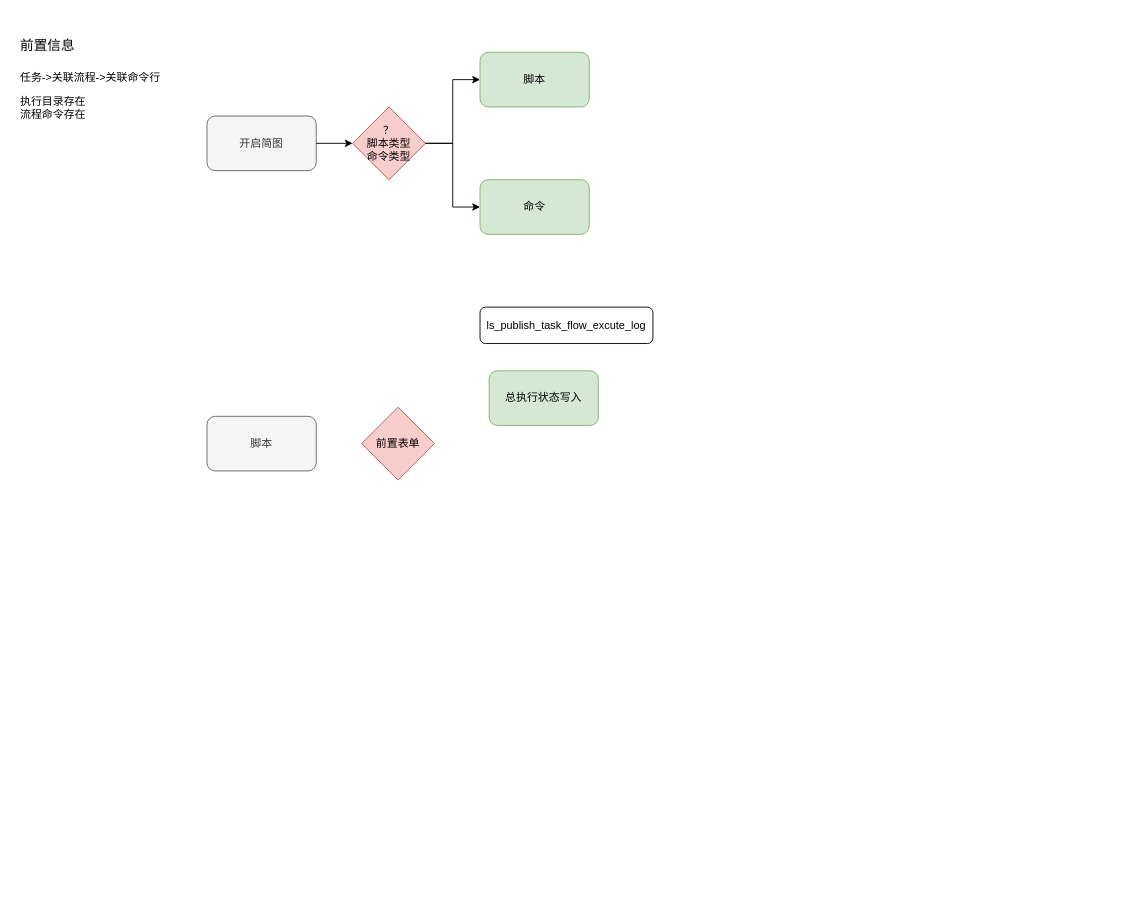
Above: 开启任务执行流程.drawio in treatview/drawio (draw.io), before the change. Source tidied: cells renumbered, new cells numbered last; positions are measured from the earlier drawing's top-left corner, leaving out a move shared by most shapes. Both pictures are drawn from the tidied source at 91%, with x=0, y=0 at pixel (15, 25).
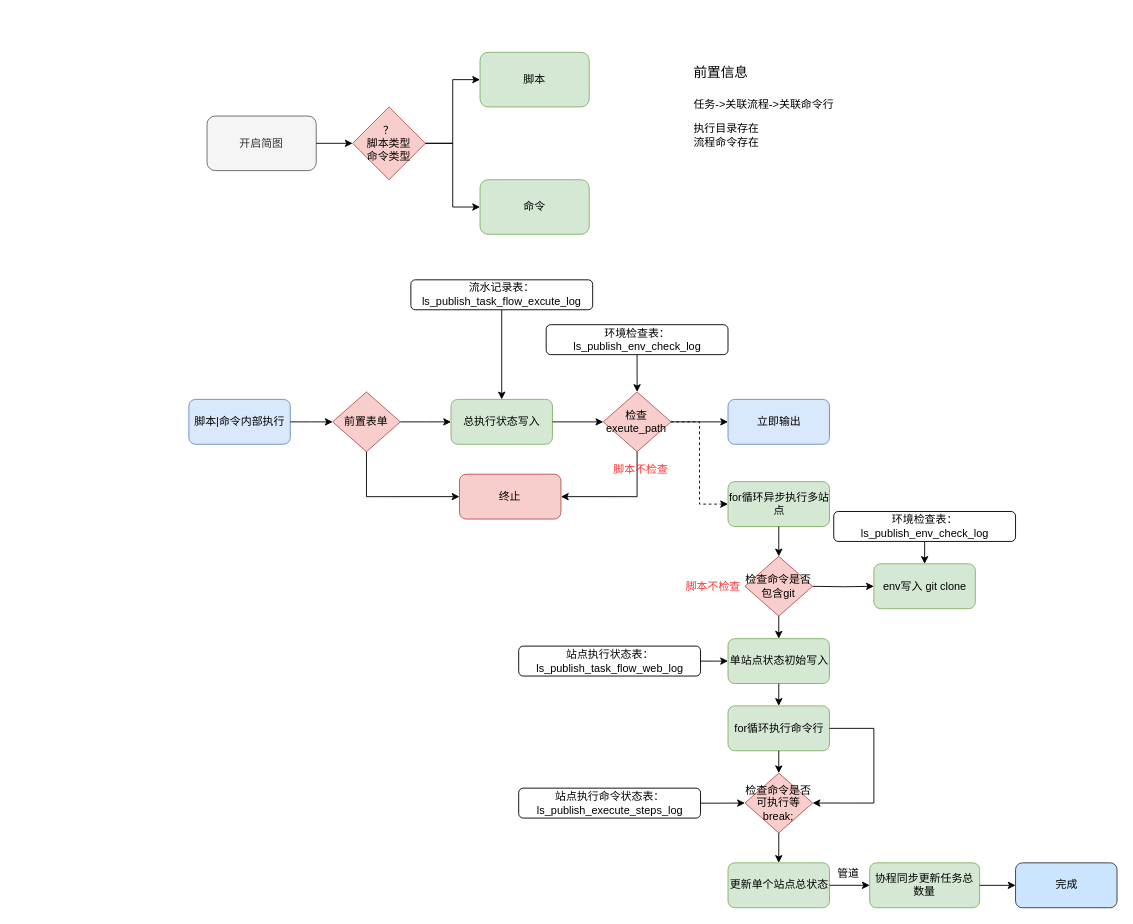
The same page after the edit.

Commit message (it also covers changes not shown here):
更新开启任务执行流程.drawio

Change to the diagram source:
```diff
@@
+    <mxCell id="11" value="&lt;h1&gt;&lt;span style=&quot;font-weight: normal;&quot;&gt;&lt;font style=&quot;font-size: 15px;&quot;&gt;前置信息&lt;/font&gt;&lt;/span&gt;&lt;/h1&gt;&lt;p&gt;任务-&amp;gt;关联流程-&amp;gt;关联命令行&lt;/p&gt;&lt;p&gt;执行目录存在&lt;br&gt;流程命令存在&lt;/p&gt;" style="text;html=1;strokeColor=none;fillColor=none;spacing=5;spacingTop=-20;whiteSpace=wrap;overflow=hidden;rounded=0;" parent="1" vertex="1">
+      <mxGeometry x="740" y="30" width="190" height="120" as="geometry" />
+    </mxCell>
+    <mxCell id="15" style="group;" parent="1" vertex="1">
+      <mxGeometry x="190" y="280" width="1020" height="690" as="geometry" />
+    </mxCell>
-    <mxCell id="10" value="脚本" style="rounded=1;whiteSpace=wrap;html=1;fillColor=#f5f5f5;strokeColor=#666666;fontColor=#333333;" parent="1" vertex="1">
-      <mxGeometry x="210" y="430" width="120" height="60" as="geometry" />
+    <mxCell id="10" value="脚本|命令内部执行" style="rounded=1;whiteSpace=wrap;html=1;fillColor=#dae8fc;strokeColor=#6c8ebf;" parent="15" vertex="1">
+      <mxGeometry y="131.4" width="111.5" height="49.3" as="geometry" />
     </mxCell>
-    <mxCell id="11" value="&lt;h1&gt;&lt;span style=&quot;font-weight: normal;&quot;&gt;&lt;font style=&quot;font-size: 15px;&quot;&gt;前置信息&lt;/font&gt;&lt;/span&gt;&lt;/h1&gt;&lt;p&gt;任务-&amp;gt;关联流程-&amp;gt;关联命令行&lt;/p&gt;&lt;p&gt;执行目录存在&lt;br&gt;流程命令存在&lt;/p&gt;" style="text;html=1;strokeColor=none;fillColor=none;spacing=5;spacingTop=-20;whiteSpace=wrap;overflow=hidden;rounded=0;" parent="1" vertex="1">
-      <mxGeometry width="190" height="120" as="geometry" />
-    </mxCell>
-    <mxCell id="12" value="总执行状态写入" style="rounded=1;whiteSpace=wrap;html=1;fillColor=#d5e8d4;strokeColor=#82b366;" parent="1" vertex="1">
-      <mxGeometry x="520" y="380" width="120" height="60" as="geometry" />
+    <mxCell id="12" value="总执行状态写入" style="rounded=1;whiteSpace=wrap;html=1;fillColor=#d5e8d4;strokeColor=#82b366;" parent="15" vertex="1">
+      <mxGeometry x="288.1" y="131.4" width="111.5" height="49.3" as="geometry" />
     </mxCell>
+    <mxCell id="16" style="edgeStyle=orthogonalEdgeStyle;rounded=0;jettySize=auto;html=1;" parent="15" edge="1" source="13" target="12">
+      <mxGeometry relative="1" as="geometry" />
+    </mxCell>
-    <mxCell id="13" value="前置表单" style="rhombus;whiteSpace=wrap;html=1;fillColor=#f8cecc;strokeColor=#b85450;" parent="1" vertex="1">
-      <mxGeometry x="380" y="420" width="80" height="80" as="geometry" />
+    <mxCell id="13" value="前置表单" style="rhombus;whiteSpace=wrap;html=1;fillColor=#f8cecc;strokeColor=#b85450;" parent="15" vertex="1">
+      <mxGeometry x="158" y="123.2" width="74.4" height="65.7" as="geometry" />
     </mxCell>
+    <mxCell id="17" style="edgeStyle=orthogonalEdgeStyle;rounded=0;jettySize=auto;html=1;" parent="15" edge="1" source="10" target="13">
+      <mxGeometry relative="1" as="geometry" />
+    </mxCell>
+    <mxCell id="18" style="edgeStyle=orthogonalEdgeStyle;rounded=0;jettySize=auto;html=1;entryX=0.5;entryY=0;entryDx=0;entryDy=0;" parent="15" edge="1" source="14" target="12">
+      <mxGeometry relative="1" as="geometry" />
+    </mxCell>
-    <mxCell id="14" value="ls_publish_task_flow_excute_log" style="rounded=1;whiteSpace=wrap;html=1;" parent="1" vertex="1">
-      <mxGeometry x="510" y="310" width="190" height="40" as="geometry" />
+    <mxCell id="14" value="流水记录表：ls_publish_task_flow_excute_log" style="rounded=1;whiteSpace=wrap;html=1;" parent="15" vertex="1">
+      <mxGeometry x="244" width="199.8" height="32.9" as="geometry" />
     </mxCell>
+    <mxCell id="19" value="检查exeute_path" style="rhombus;whiteSpace=wrap;html=1;fillColor=#f8cecc;strokeColor=#b85450;" parent="15" vertex="1">
+      <mxGeometry x="455.4" y="123.2" width="74.4" height="65.7" as="geometry" />
+    </mxCell>
+    <mxCell id="20" style="edgeStyle=orthogonalEdgeStyle;rounded=0;jettySize=auto;html=1;" parent="15" edge="1" source="12" target="19">
+      <mxGeometry relative="1" as="geometry" />
+    </mxCell>
+    <mxCell id="21" value="for循环异步执行多站点" style="rounded=1;whiteSpace=wrap;html=1;fillColor=#d5e8d4;strokeColor=#82b366;" parent="15" vertex="1">
+      <mxGeometry x="592.5" y="221.8" width="111.5" height="49.3" as="geometry" />
+    </mxCell>
+    <mxCell id="22" style="edgeStyle=orthogonalEdgeStyle;rounded=0;jettySize=auto;html=1;entryX=0;entryY=0.5;entryDx=0;entryDy=0;dashed=1;" parent="15" edge="1" source="19" target="21">
+      <mxGeometry relative="1" as="geometry" />
+    </mxCell>
+    <mxCell id="23" value="终止" style="rounded=1;whiteSpace=wrap;html=1;fillColor=#f8cecc;strokeColor=#b85450;" parent="15" vertex="1">
+      <mxGeometry x="297.4" y="213.6" width="111.5" height="49.3" as="geometry" />
+    </mxCell>
+    <mxCell id="24" style="edgeStyle=orthogonalEdgeStyle;rounded=0;jettySize=auto;html=1;entryX=0;entryY=0.5;entryDx=0;entryDy=0;" parent="15" edge="1" source="13" target="23">
+      <mxGeometry relative="1" as="geometry">
+        <Array as="points">
+          <mxPoint x="195.2" y="238.2" />
+        </Array>
+      </mxGeometry>
+    </mxCell>
+    <mxCell id="25" style="edgeStyle=orthogonalEdgeStyle;rounded=0;jettySize=auto;html=1;entryX=1;entryY=0.5;entryDx=0;entryDy=0;" parent="15" edge="1" source="19" target="23">
+      <mxGeometry relative="1" as="geometry">
+        <Array as="points">
+          <mxPoint x="492.6" y="238.2" />
+        </Array>
+      </mxGeometry>
+    </mxCell>
+    <mxCell id="26" value="立即输出" style="rounded=1;whiteSpace=wrap;html=1;fillColor=#dae8fc;strokeColor=#6c8ebf;" parent="15" vertex="1">
+      <mxGeometry x="592.5" y="131.4" width="111.5" height="49.3" as="geometry" />
+    </mxCell>
+    <mxCell id="27" style="edgeStyle=orthogonalEdgeStyle;rounded=0;jettySize=auto;html=1;" parent="15" edge="1" source="19" target="26">
+      <mxGeometry relative="1" as="geometry" />
+    </mxCell>
+    <mxCell id="28" style="edgeStyle=orthogonalEdgeStyle;rounded=0;jettySize=auto;html=1;entryX=0;entryY=0.5;entryDx=0;entryDy=0;" parent="15" edge="1" target="31">
+      <mxGeometry relative="1" as="geometry">
+        <mxPoint x="685.4" y="336.8" as="sourcePoint" />
+      </mxGeometry>
+    </mxCell>
+    <mxCell id="29" value="检查命令是否包含git" style="rhombus;whiteSpace=wrap;html=1;fillColor=#f8cecc;strokeColor=#b85450;" parent="15" vertex="1">
+      <mxGeometry x="611.1" y="303.9" width="74.4" height="65.7" as="geometry" />
+    </mxCell>
+    <mxCell id="30" style="edgeStyle=orthogonalEdgeStyle;rounded=0;jettySize=auto;html=1;" parent="15" edge="1" source="21" target="29">
+      <mxGeometry relative="1" as="geometry" />
+    </mxCell>
+    <mxCell id="31" value="env写入 git clone" style="rounded=1;whiteSpace=wrap;html=1;fillColor=#d5e8d4;strokeColor=#82b366;" parent="15" vertex="1">
+      <mxGeometry x="752.8" y="312.1" width="111.5" height="49.3" as="geometry" />
+    </mxCell>
+    <mxCell id="32" style="edgeStyle=orthogonalEdgeStyle;rounded=0;jettySize=auto;html=1;" parent="15" edge="1" source="33" target="31">
+      <mxGeometry relative="1" as="geometry" />
+    </mxCell>
+    <mxCell id="33" value="环境检查表：ls_publish_env_check_log" style="rounded=1;whiteSpace=wrap;html=1;" parent="15" vertex="1">
+      <mxGeometry x="708.7" y="254.6" width="199.8" height="32.9" as="geometry" />
+    </mxCell>
+    <mxCell id="34" style="edgeStyle=orthogonalEdgeStyle;rounded=0;jettySize=auto;html=1;" parent="15" edge="1" source="35" target="19">
+      <mxGeometry relative="1" as="geometry" />
+    </mxCell>
+    <mxCell id="35" value="环境检查表：ls_publish_env_check_log" style="rounded=1;whiteSpace=wrap;html=1;" parent="15" vertex="1">
+      <mxGeometry x="392.7" y="49.3" width="199.8" height="32.9" as="geometry" />
+    </mxCell>
+    <mxCell id="36" value="单站点状态初始写入" style="rounded=1;whiteSpace=wrap;html=1;fillColor=#d5e8d4;strokeColor=#82b366;" parent="15" vertex="1">
+      <mxGeometry x="592.5" y="394.3" width="111.5" height="49.3" as="geometry" />
+    </mxCell>
+    <mxCell id="37" style="edgeStyle=orthogonalEdgeStyle;rounded=0;jettySize=auto;html=1;" parent="15" edge="1" source="29" target="36">
+      <mxGeometry relative="1" as="geometry" />
+    </mxCell>
+    <mxCell id="38" style="edgeStyle=orthogonalEdgeStyle;rounded=0;jettySize=auto;html=1;" parent="15" edge="1" source="39" target="36">
+      <mxGeometry relative="1" as="geometry" />
+    </mxCell>
+    <mxCell id="39" value="站点执行状态表：ls_publish_task_flow_web_log" style="rounded=1;whiteSpace=wrap;html=1;" parent="15" vertex="1">
+      <mxGeometry x="362.5" y="402.5" width="199.8" height="32.9" as="geometry" />
+    </mxCell>
+    <mxCell id="40" value="for循环执行命令行" style="rounded=1;whiteSpace=wrap;html=1;fillColor=#d5e8d4;strokeColor=#82b366;" parent="15" vertex="1">
+      <mxGeometry x="592.5" y="468.2" width="111.5" height="49.3" as="geometry" />
+    </mxCell>
+    <mxCell id="41" style="edgeStyle=orthogonalEdgeStyle;rounded=0;jettySize=auto;html=1;entryX=0.5;entryY=0;entryDx=0;entryDy=0;" parent="15" edge="1" source="36" target="40">
+      <mxGeometry relative="1" as="geometry" />
+    </mxCell>
+    <mxCell id="42" value="检查命令是否可执行等&lt;br&gt;break;" style="rhombus;whiteSpace=wrap;html=1;fillColor=#f8cecc;strokeColor=#b85450;" parent="15" vertex="1">
+      <mxGeometry x="611.1" y="542.1" width="74.4" height="65.7" as="geometry" />
+    </mxCell>
+    <mxCell id="43" style="edgeStyle=orthogonalEdgeStyle;rounded=0;jettySize=auto;html=1;" parent="15" edge="1" source="40" target="42">
+      <mxGeometry relative="1" as="geometry" />
+    </mxCell>
+    <mxCell id="44" style="edgeStyle=orthogonalEdgeStyle;rounded=0;jettySize=auto;html=1;entryX=1;entryY=0.5;entryDx=0;entryDy=0;" parent="15" edge="1" source="40" target="42">
+      <mxGeometry relative="1" as="geometry">
+        <Array as="points">
+          <mxPoint x="752.8" y="492.9" />
+          <mxPoint x="752.8" y="575" />
+        </Array>
+      </mxGeometry>
+    </mxCell>
+    <mxCell id="45" value="更新单个站点总状态" style="rounded=1;whiteSpace=wrap;html=1;fillColor=#d5e8d4;strokeColor=#82b366;" parent="15" vertex="1">
+      <mxGeometry x="592.5" y="640.7" width="111.5" height="49.3" as="geometry" />
+    </mxCell>
+    <mxCell id="46" style="edgeStyle=orthogonalEdgeStyle;rounded=0;jettySize=auto;html=1;entryX=0.5;entryY=0;entryDx=0;entryDy=0;" parent="15" edge="1" source="42" target="45">
+      <mxGeometry relative="1" as="geometry" />
+    </mxCell>
+    <mxCell id="47" style="edgeStyle=orthogonalEdgeStyle;rounded=0;jettySize=auto;html=1;entryX=0;entryY=0.5;entryDx=0;entryDy=0;" parent="15" edge="1" source="48" target="42">
+      <mxGeometry relative="1" as="geometry" />
+    </mxCell>
+    <mxCell id="48" value="站点执行命令状态表：ls_publish_execute_steps_log" style="rounded=1;whiteSpace=wrap;html=1;" parent="15" vertex="1">
+      <mxGeometry x="362.5" y="558.6" width="199.8" height="32.9" as="geometry" />
+    </mxCell>
+    <mxCell id="49" value="协程同步更新任务总数量" style="rounded=1;whiteSpace=wrap;html=1;fillColor=#d5e8d4;strokeColor=#82b366;" parent="15" vertex="1">
+      <mxGeometry x="748.2" y="640.7" width="120.8" height="49.3" as="geometry" />
+    </mxCell>
+    <mxCell id="50" style="edgeStyle=orthogonalEdgeStyle;rounded=0;jettySize=auto;html=1;" parent="15" edge="1" source="45" target="49">
+      <mxGeometry relative="1" as="geometry" />
+    </mxCell>
+    <mxCell id="51" value="管道" style="text;html=1;strokeColor=none;fillColor=none;align=center;verticalAlign=middle;whiteSpace=wrap;rounded=0;" parent="15" vertex="1">
+      <mxGeometry x="697" y="640.7" width="55.8" height="24.6" as="geometry" />
+    </mxCell>
+    <mxCell id="52" value="完成" style="rounded=1;whiteSpace=wrap;html=1;fillColor=#cce5ff;strokeColor=#36393d;" parent="15" vertex="1">
+      <mxGeometry x="908.5" y="640.7" width="111.5" height="49.3" as="geometry" />
+    </mxCell>
+    <mxCell id="53" style="edgeStyle=orthogonalEdgeStyle;rounded=0;jettySize=auto;html=1;" parent="15" edge="1" source="49" target="52">
+      <mxGeometry relative="1" as="geometry" />
+    </mxCell>
+    <mxCell id="54" value="&lt;font color=&quot;#ff3333&quot;&gt;脚本不检查&lt;/font&gt;" style="text;html=1;strokeColor=none;fillColor=none;align=center;verticalAlign=middle;whiteSpace=wrap;rounded=0;" parent="15" vertex="1">
+      <mxGeometry x="446.1" y="197.1" width="102.2" height="24.6" as="geometry" />
+    </mxCell>
+    <mxCell id="55" value="&lt;font color=&quot;#ff3333&quot;&gt;脚本不检查&lt;/font&gt;" style="text;html=1;strokeColor=none;fillColor=none;align=center;verticalAlign=middle;whiteSpace=wrap;rounded=0;" parent="15" vertex="1">
+      <mxGeometry x="529.7" y="324.5" width="92.9" height="24.6" as="geometry" />
+    </mxCell>
```
